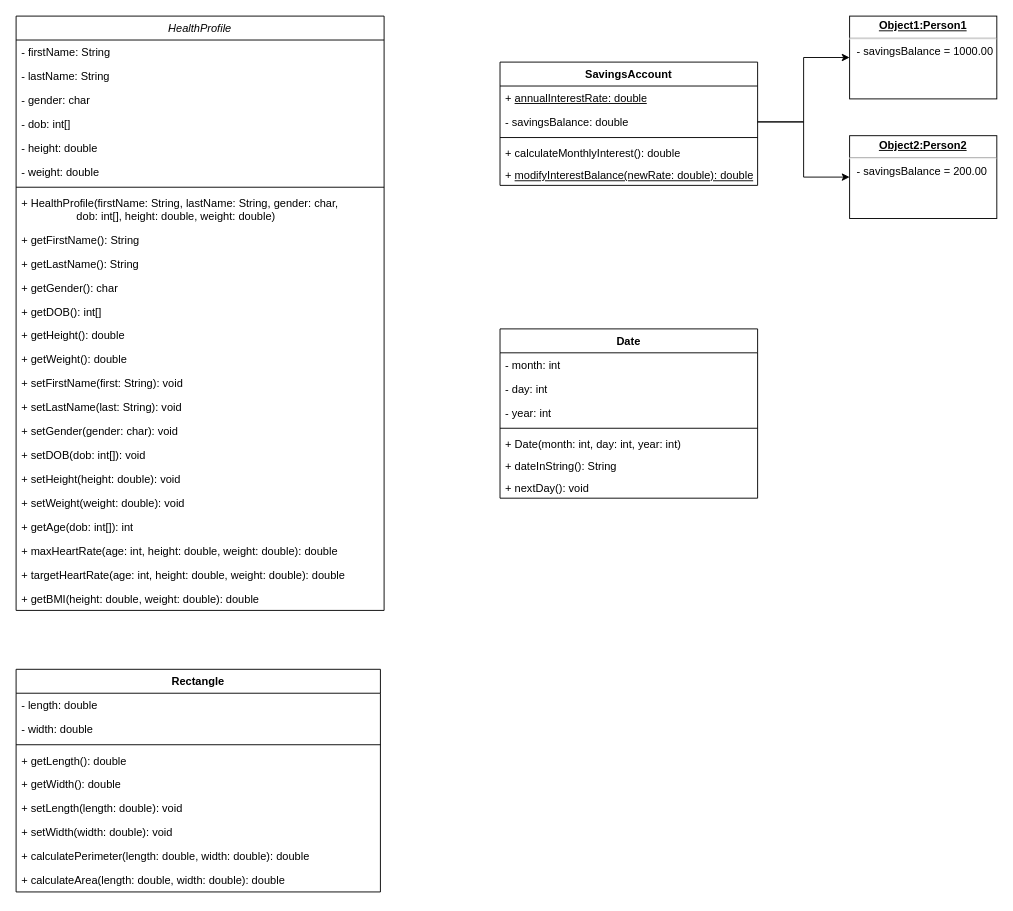
aguilarsean/CPE-2101L keeps this draw.io diagram as src/Untitled Diagram.drawio. Above is the earlier version. Source tidied: cells renumbered, new cells numbered last; positions are measured from the earlier drawing's top-left corner, leaving out a move shared by most shapes. Both pictures are drawn from the tidied source at 92%, with x=0, y=0 at pixel (16, 16).
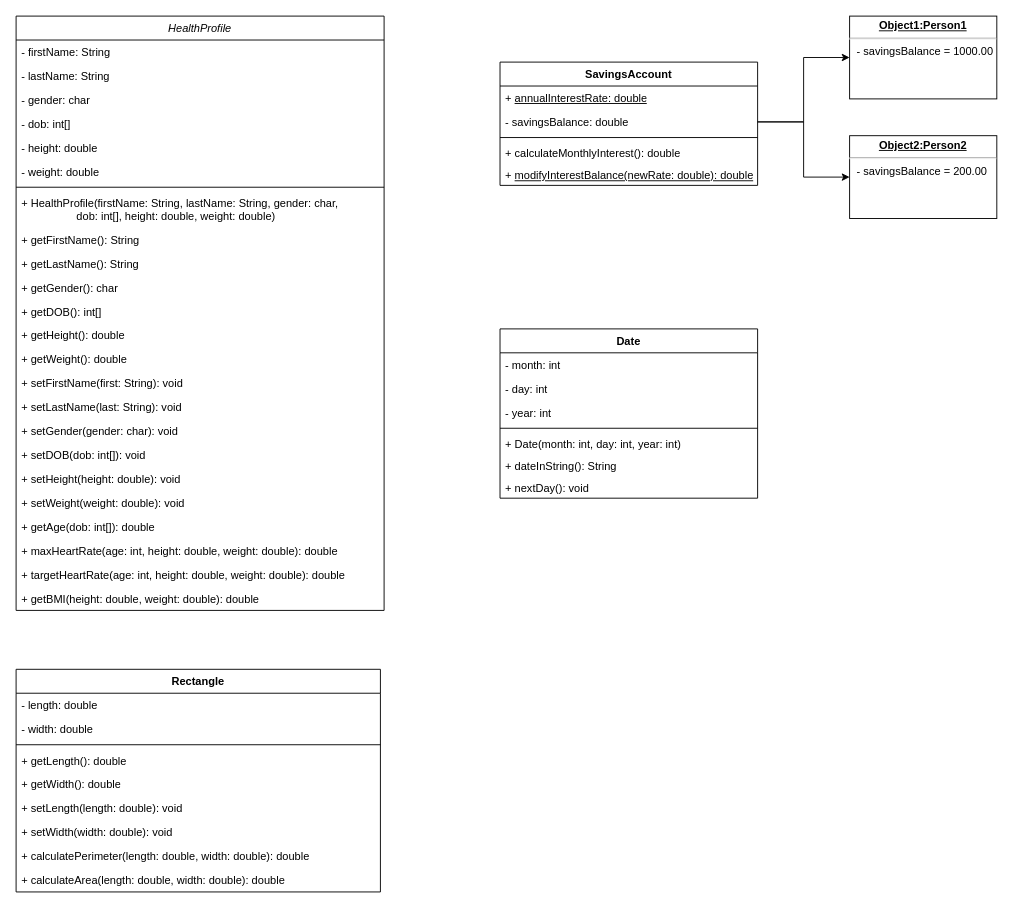
After the change.

Commit message:
Update return type

Unchanged cells that the change refers to:
```xml
<mxCell id="2" value="HealthProfile" style="swimlane;fontStyle=2;align=center;verticalAlign=top;horizontal=1;startSize=26;rounded=0;shadow=0;strokeWidth=1;" parent="1" vertex="1">
  <mxGeometry width="400" height="646" as="geometry" />
</mxCell>
```

What changed in the source:
```diff
@@
-    <mxCell id="23" value="+ getAge(dob: int[]): int" style="text;align=left;verticalAlign=top;spacingLeft=4;spacingRight=4;overflow=hidden;" parent="2" vertex="1">
+    <mxCell id="23" value="+ getAge(dob: int[]): double" style="text;align=left;verticalAlign=top;spacingLeft=4;spacingRight=4;overflow=hidden;" parent="2" vertex="1">
       <mxGeometry y="542" width="400" height="26" as="geometry" />
     </mxCell>
```
